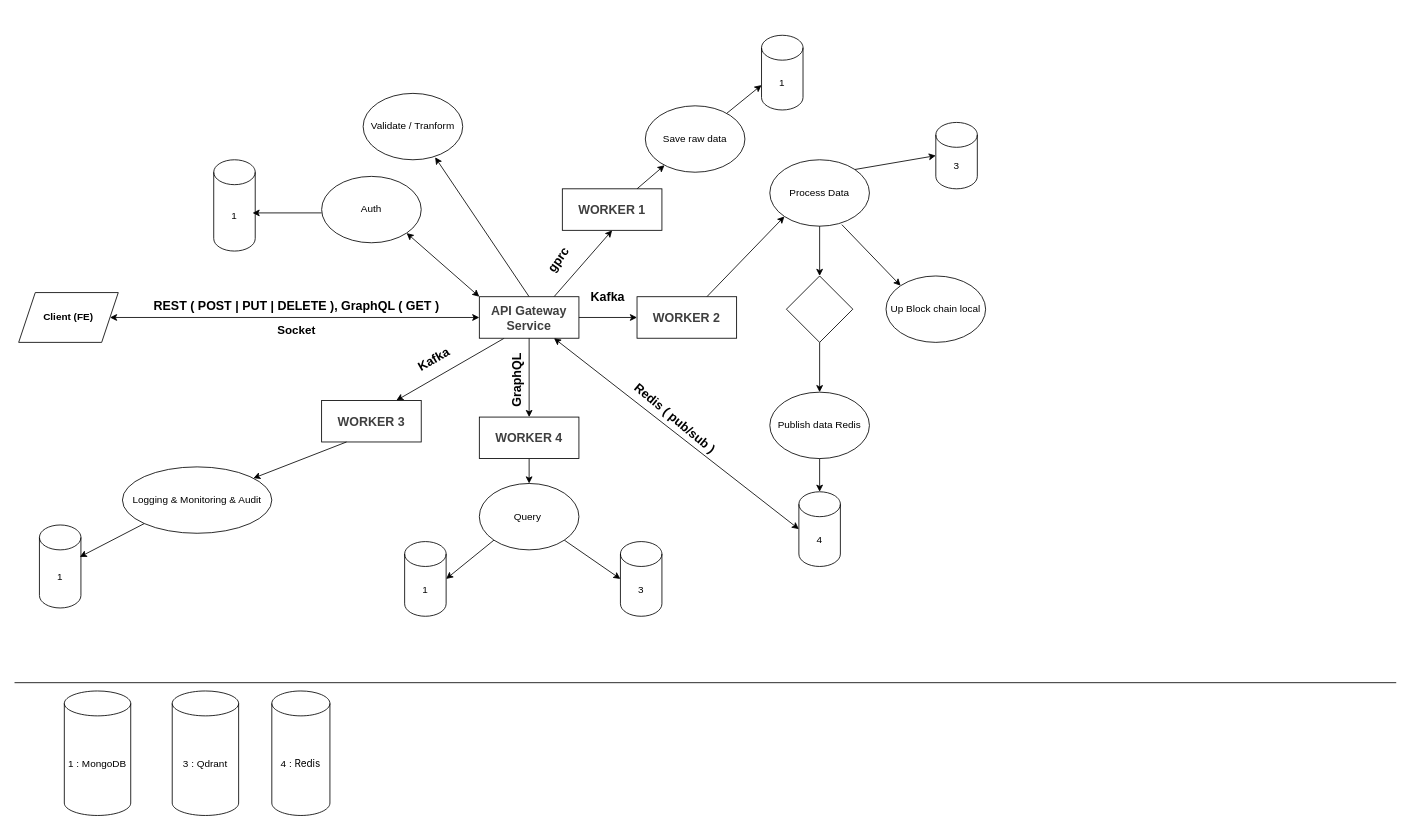
The draw.io diagram design.dio in GraduationProject-6251071040/design, before the edit. Source tidied: cells renumbered, new cells numbered last; positions are measured from the earlier drawing's top-left corner, leaving out a move shared by most shapes. Both pictures are drawn from the tidied source at 83%, with x=0, y=0 at pixel (14, 35).
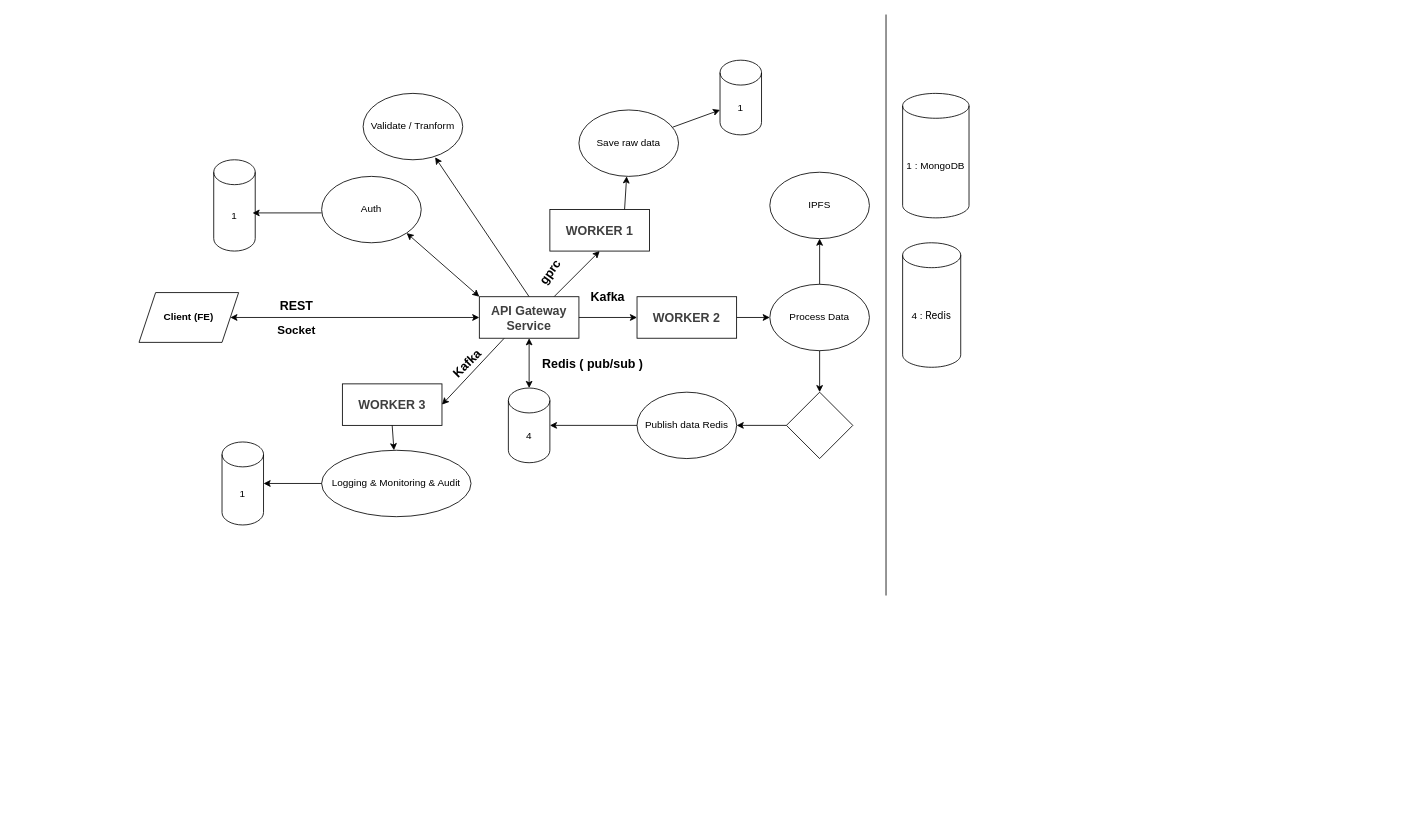
The same diagram, later.

Unchanged cells that the change refers to:
```xml
<mxCell id="18" value="&lt;b style=&quot;color: rgb(63, 63, 63); font-size: 15px;&quot;&gt;API Gateway Service&lt;/b&gt;" style="rounded=0;whiteSpace=wrap;html=1;" parent="1" vertex="1">
  <mxGeometry x="560" y="315" width="120" height="50" as="geometry" />
</mxCell>
<mxCell id="28" value="&lt;b style=&quot;color: rgb(63, 63, 63); font-size: 15px;&quot;&gt;WORKER 2&lt;/b&gt;" style="rounded=0;whiteSpace=wrap;html=1;" parent="1" vertex="1">
  <mxGeometry x="750" y="315" width="120" height="50" as="geometry" />
</mxCell>
```

The edit, as a diff of the source:
```diff
@@
     <mxCell id="2" style="endArrow=none;html=1;" parent="1" edge="1">
       <mxGeometry relative="1" as="geometry">
-        <mxPoint y="780" as="sourcePoint" />
-        <mxPoint x="1664.7" y="780" as="targetPoint" />
+        <mxPoint x="1050" y="675" as="sourcePoint" />
+        <mxPoint x="1050" y="-25" as="targetPoint" />
       </mxGeometry>
     </mxCell>
     <mxCell id="3" value="Logging &amp;amp; Monitoring &amp;amp; Audit" style="ellipse;whiteSpace=wrap;html=1;" parent="1" vertex="1">
-      <mxGeometry x="130" y="520" width="180" height="80" as="geometry" />
+      <mxGeometry x="370" y="500" width="180" height="80" as="geometry" />
     </mxCell>
@@
-    <mxCell id="9" style="endArrow=classic;html=1;exitX=0.25;exitY=1;exitDx=0;exitDy=0;entryX=0.75;entryY=0;entryDx=0;entryDy=0;" parent="1" edge="1" source="18" target="38">
+    <mxCell id="9" style="endArrow=classic;html=1;exitX=0.25;exitY=1;exitDx=0;exitDy=0;entryX=1;entryY=0.5;entryDx=0;entryDy=0;" parent="1" edge="1" source="18" target="38">
       <mxGeometry relative="1" as="geometry" />
     </mxCell>
-    <mxCell id="10" value="&lt;b&gt;&lt;font style=&quot;font-size: 15px;&quot;&gt;REST ( POST | PUT | DELETE ), GraphQL ( GET )&lt;/font&gt;&lt;/b&gt;" style="text;html=1;align=center;verticalAlign=middle;whiteSpace=wrap;rounded=0;" parent="1" vertex="1">
+    <mxCell id="10" value="&lt;b&gt;&lt;font style=&quot;font-size: 15px;&quot;&gt;REST&lt;/font&gt;&lt;/b&gt;" style="text;html=1;align=center;verticalAlign=middle;whiteSpace=wrap;rounded=0;" parent="1" vertex="1">
       <mxGeometry x="160" y="310" width="360" height="30" as="geometry" />
     </mxCell>
@@
     <mxCell id="14" value="&lt;b&gt;Client (FE)&lt;/b&gt;" style="shape=parallelogram;perimeter=parallelogramPerimeter;whiteSpace=wrap;html=1;fixedSize=1;" parent="1" vertex="1">
-      <mxGeometry x="5" y="310" width="120" height="60" as="geometry" />
+      <mxGeometry x="150" y="310" width="120" height="60" as="geometry" />
     </mxCell>
     <mxCell id="15" value="&lt;span style=&quot;color: rgb(0, 0, 0);&quot;&gt;1 : MongoDB&lt;/span&gt;" style="shape=cylinder3;whiteSpace=wrap;html=1;boundedLbl=1;backgroundOutline=1;size=15;" parent="1" vertex="1">
-      <mxGeometry x="60" y="790" width="80" height="150" as="geometry" />
+      <mxGeometry x="1070" y="70" width="80" height="150" as="geometry" />
     </mxCell>
-    <mxCell id="16" value="&lt;span style=&quot;color: rgb(0, 0, 0);&quot;&gt;3 : Qdrant&lt;/span&gt;" style="shape=cylinder3;whiteSpace=wrap;html=1;boundedLbl=1;backgroundOutline=1;size=15;" parent="1" vertex="1">
-      <mxGeometry x="190" y="790" width="80" height="150" as="geometry" />
-    </mxCell>
     <mxCell id="17" value="&lt;span style=&quot;color: rgb(0, 0, 0);&quot;&gt;4 :&amp;nbsp;&lt;/span&gt;&lt;span style=&quot;font-family: -apple-system, BlinkMacSystemFont, &amp;quot;Segoe WPC&amp;quot;, &amp;quot;Segoe UI&amp;quot;, system-ui, Ubuntu, &amp;quot;Droid Sans&amp;quot;, sans-serif; text-align: start;&quot;&gt;Redis&lt;/span&gt;" style="shape=cylinder3;whiteSpace=wrap;html=1;boundedLbl=1;backgroundOutline=1;size=15;" parent="1" vertex="1">
-      <mxGeometry x="310" y="790" width="70" height="150" as="geometry" />
+      <mxGeometry x="1070" y="250" width="70" height="150" as="geometry" />
     </mxCell>
@@
     <mxCell id="19" value="1" style="shape=cylinder3;whiteSpace=wrap;html=1;boundedLbl=1;backgroundOutline=1;size=15;" parent="1" vertex="1">
-      <mxGeometry x="30" y="590" width="50" height="100" as="geometry" />
+      <mxGeometry x="250" y="490" width="50" height="100" as="geometry" />
     </mxCell>
-    <mxCell id="20" style="endArrow=classic;html=1;exitX=0;exitY=1;exitDx=0;exitDy=0;entryX=0.973;entryY=0.385;entryDx=0;entryDy=0;entryPerimeter=0;" parent="1" edge="1" source="3" target="19">
+    <mxCell id="20" style="endArrow=classic;html=1;exitX=0;exitY=0.5;exitDx=0;exitDy=0;entryX=1;entryY=0.5;entryDx=0;entryDy=0;entryPerimeter=0;" parent="1" edge="1" source="3" target="19">
       <mxGeometry relative="1" as="geometry" />
     </mxCell>
@@
     <mxCell id="23" value="&lt;b style=&quot;color: rgb(63, 63, 63); font-size: 15px;&quot;&gt;WORKER 1&lt;/b&gt;" style="rounded=0;whiteSpace=wrap;html=1;" parent="1" vertex="1">
-      <mxGeometry x="660" y="185" width="120" height="50" as="geometry" />
+      <mxGeometry x="645" y="210" width="120" height="50" as="geometry" />
     </mxCell>
@@
     <mxCell id="25" value="Save raw data" style="ellipse;whiteSpace=wrap;html=1;" parent="1" vertex="1">
-      <mxGeometry x="760" y="85" width="120" height="80" as="geometry" />
+      <mxGeometry x="680" y="90" width="120" height="80" as="geometry" />
     </mxCell>
     <mxCell id="26" value="&lt;span style=&quot;color: rgb(0, 0, 0);&quot;&gt;1&lt;/span&gt;" style="shape=cylinder3;whiteSpace=wrap;html=1;boundedLbl=1;backgroundOutline=1;size=15;" parent="1" vertex="1">
-      <mxGeometry x="900" width="50" height="90" as="geometry" />
+      <mxGeometry x="850" y="30" width="50" height="90" as="geometry" />
     </mxCell>
-    <mxCell id="27" style="edgeStyle=none;html=1;entryX=0;entryY=1;entryDx=0;entryDy=0;" parent="1" edge="1" source="28" target="29">
+    <mxCell id="27" style="edgeStyle=none;html=1;entryX=0;entryY=0.5;entryDx=0;entryDy=0;" parent="1" edge="1" source="28" target="29">
       <mxGeometry relative="1" as="geometry" />
     </mxCell>
@@
     <mxCell id="29" value="Process Data" style="ellipse;whiteSpace=wrap;html=1;" parent="1" vertex="1">
-      <mxGeometry x="910" y="150" width="120" height="80" as="geometry" />
+      <mxGeometry x="910" y="300" width="120" height="80" as="geometry" />
     </mxCell>
-    <mxCell id="30" value="3" style="shape=cylinder3;whiteSpace=wrap;html=1;boundedLbl=1;backgroundOutline=1;size=15;" parent="1" vertex="1">
-      <mxGeometry x="1110" y="105" width="50" height="80" as="geometry" />
-    </mxCell>
-    <mxCell id="31" style="edgeStyle=none;html=1;exitX=1;exitY=0;exitDx=0;exitDy=0;entryX=0;entryY=0.5;entryDx=0;entryDy=0;entryPerimeter=0;" parent="1" edge="1" source="29" target="30">
-      <mxGeometry relative="1" as="geometry" />
-    </mxCell>
@@
-    <mxCell id="33" value="Up Block chain local" style="ellipse;whiteSpace=wrap;html=1;" parent="1" vertex="1">
-      <mxGeometry x="1050" y="290" width="120" height="80" as="geometry" />
+    <mxCell id="33" value="IPFS" style="ellipse;whiteSpace=wrap;html=1;" parent="1" vertex="1">
+      <mxGeometry x="910" y="165" width="120" height="80" as="geometry" />
     </mxCell>
-    <mxCell id="34" style="edgeStyle=none;html=1;exitX=0.723;exitY=0.977;exitDx=0;exitDy=0;entryX=0;entryY=0;entryDx=0;entryDy=0;exitPerimeter=0;" parent="1" edge="1" source="29" target="33">
+    <mxCell id="34" style="edgeStyle=none;html=1;exitX=0.5;exitY=0;exitDx=0;exitDy=0;entryX=0.5;entryY=1;entryDx=0;entryDy=0;" parent="1" edge="1" source="29" target="33">
       <mxGeometry relative="1" as="geometry" />
     </mxCell>
     <mxCell id="35" value="Publish data Redis" style="ellipse;whiteSpace=wrap;html=1;" parent="1" vertex="1">
-      <mxGeometry x="910" y="430" width="120" height="80" as="geometry" />
+      <mxGeometry x="750" y="430" width="120" height="80" as="geometry" />
     </mxCell>
     <mxCell id="36" value="4" style="shape=cylinder3;whiteSpace=wrap;html=1;boundedLbl=1;backgroundOutline=1;size=15;" parent="1" vertex="1">
-      <mxGeometry x="945" y="550" width="50" height="90" as="geometry" />
+      <mxGeometry x="595" y="425" width="50" height="90" as="geometry" />
     </mxCell>
-    <mxCell id="37" style="edgeStyle=none;html=1;exitX=0.5;exitY=1;exitDx=0;exitDy=0;entryX=0.5;entryY=0;entryDx=0;entryDy=0;entryPerimeter=0;" parent="1" edge="1" source="35" target="36">
+    <mxCell id="37" style="edgeStyle=none;html=1;exitX=0;exitY=0.5;exitDx=0;exitDy=0;entryX=1;entryY=0.5;entryDx=0;entryDy=0;entryPerimeter=0;" parent="1" edge="1" source="35" target="36">
       <mxGeometry relative="1" as="geometry" />
     </mxCell>
     <mxCell id="38" value="&lt;b style=&quot;color: rgb(63, 63, 63); font-size: 15px;&quot;&gt;WORKER 3&lt;/b&gt;" style="rounded=0;whiteSpace=wrap;html=1;" parent="1" vertex="1">
-      <mxGeometry x="370" y="440" width="120" height="50" as="geometry" />
+      <mxGeometry x="395" y="420" width="120" height="50" as="geometry" />
     </mxCell>
-    <mxCell id="39" style="endArrow=classic;html=1;exitX=0.25;exitY=1;exitDx=0;exitDy=0;" parent="1" edge="1" source="38" target="3">
+    <mxCell id="39" style="endArrow=classic;html=1;exitX=0.5;exitY=1;exitDx=0;exitDy=0;" parent="1" edge="1" source="38" target="3">
       <mxGeometry relative="1" as="geometry" />
     </mxCell>
     <mxCell id="40" style="rhombus;whiteSpace=wrap;html=1;" parent="1" vertex="1">
-      <mxGeometry x="930" y="290" width="80" height="80" as="geometry" />
+      <mxGeometry x="930" y="430" width="80" height="80" as="geometry" />
     </mxCell>
-    <mxCell id="41" style="edgeStyle=none;html=1;exitX=0.5;exitY=1;exitDx=0;exitDy=0;" parent="1" edge="1" source="40" target="35">
+    <mxCell id="41" style="edgeStyle=none;html=1;exitX=0;exitY=0.5;exitDx=0;exitDy=0;" parent="1" edge="1" source="40" target="35">
       <mxGeometry relative="1" as="geometry" />
     </mxCell>
-    <mxCell id="42" style="endArrow=classic;html=1;exitX=0.5;exitY=1;exitDx=0;exitDy=0;entryX=0.5;entryY=0;entryDx=0;entryDy=0;" parent="1" edge="1" source="18" target="44">
-      <mxGeometry relative="1" as="geometry" />
-    </mxCell>
-    <mxCell id="43" style="edgeStyle=none;html=1;" parent="1" edge="1" source="44" target="45">
-      <mxGeometry relative="1" as="geometry" />
-    </mxCell>
-    <mxCell id="44" value="&lt;b style=&quot;color: rgb(63, 63, 63); font-size: 15px;&quot;&gt;WORKER 4&lt;/b&gt;" style="rounded=0;whiteSpace=wrap;html=1;" parent="1" vertex="1">
-      <mxGeometry x="560" y="460" width="120" height="50" as="geometry" />
-    </mxCell>
-    <mxCell id="45" value="Query&amp;nbsp;" style="ellipse;whiteSpace=wrap;html=1;" parent="1" vertex="1">
-      <mxGeometry x="560" y="540" width="120" height="80" as="geometry" />
-    </mxCell>
-    <mxCell id="46" value="3" style="shape=cylinder3;whiteSpace=wrap;html=1;boundedLbl=1;backgroundOutline=1;size=15;" parent="1" vertex="1">
-      <mxGeometry x="730" y="610" width="50" height="90" as="geometry" />
-    </mxCell>
-    <mxCell id="47" value="1" style="shape=cylinder3;whiteSpace=wrap;html=1;boundedLbl=1;backgroundOutline=1;size=15;" parent="1" vertex="1">
-      <mxGeometry x="470" y="610" width="50" height="90" as="geometry" />
-    </mxCell>
-    <mxCell id="48" style="endArrow=classic;html=1;exitX=0;exitY=1;exitDx=0;exitDy=0;entryX=1;entryY=0.5;entryDx=0;entryDy=0;entryPerimeter=0;" parent="1" edge="1" source="45" target="47">
-      <mxGeometry relative="1" as="geometry" />
-    </mxCell>
-    <mxCell id="49" style="endArrow=classic;html=1;exitX=1;exitY=1;exitDx=0;exitDy=0;entryX=0;entryY=0.5;entryDx=0;entryDy=0;entryPerimeter=0;" parent="1" edge="1" source="45" target="46">
-      <mxGeometry relative="1" as="geometry" />
-    </mxCell>
-    <mxCell id="50" style="endArrow=classic;startArrow=classic;html=1;exitX=0;exitY=0.5;exitDx=0;exitDy=0;exitPerimeter=0;entryX=0.75;entryY=1;entryDx=0;entryDy=0;" parent="1" edge="1" source="36" target="18">
+    <mxCell id="50" style="endArrow=classic;startArrow=classic;html=1;exitX=0.5;exitY=0;exitDx=0;exitDy=0;exitPerimeter=0;entryX=0.5;entryY=1;entryDx=0;entryDy=0;" parent="1" edge="1" source="36" target="18">
       <mxGeometry relative="1" as="geometry" />
     </mxCell>
-    <mxCell id="51" value="&lt;span style=&quot;color: rgb(0, 0, 0); font-family: Helvetica; font-style: normal; font-variant-ligatures: normal; font-variant-caps: normal; letter-spacing: normal; orphans: 2; text-align: center; text-indent: 0px; text-transform: none; widows: 2; word-spacing: 0px; -webkit-text-stroke-width: 0px; white-space: normal; background-color: rgb(251, 251, 251); text-decoration-thickness: initial; text-decoration-style: initial; text-decoration-color: initial; float: none; display: inline !important;&quot;&gt;&lt;b style=&quot;&quot;&gt;&lt;font style=&quot;font-size: 15px;&quot;&gt;GraphQL&lt;/font&gt;&lt;/b&gt;&lt;/span&gt;" style="text;whiteSpace=wrap;html=1;rotation=-90;" parent="1" vertex="1">
-      <mxGeometry x="570" y="390" width="80" height="40" as="geometry" />
-    </mxCell>
-    <mxCell id="52" value="&lt;b&gt;&lt;font style=&quot;font-size: 15px;&quot;&gt;Kafka&lt;/font&gt;&lt;/b&gt;" style="text;html=1;align=center;verticalAlign=middle;whiteSpace=wrap;rounded=0;rotation=-30;" parent="1" vertex="1">
-      <mxGeometry x="450" y="375" width="110" height="30" as="geometry" />
+    <mxCell id="52" value="&lt;b&gt;&lt;font style=&quot;font-size: 15px;&quot;&gt;Kafka&lt;/font&gt;&lt;/b&gt;" style="text;html=1;align=center;verticalAlign=middle;whiteSpace=wrap;rounded=0;rotation=-45;" parent="1" vertex="1">
+      <mxGeometry x="490" y="380" width="110" height="30" as="geometry" />
     </mxCell>
@@
-    <mxCell id="54" value="&lt;div style=&quot;text-align: center;&quot;&gt;&lt;span style=&quot;background-color: transparent;&quot;&gt;&lt;b&gt;&lt;font style=&quot;font-size: 15px;&quot;&gt;Redis ( pub/sub )&lt;/font&gt;&lt;/b&gt;&lt;/span&gt;&lt;/div&gt;" style="text;whiteSpace=wrap;html=1;rotation=40;" parent="1" vertex="1">
-      <mxGeometry x="728.7" y="450" width="141.3" height="40" as="geometry" />
+    <mxCell id="54" value="&lt;div style=&quot;text-align: center;&quot;&gt;&lt;span style=&quot;background-color: transparent;&quot;&gt;&lt;b&gt;&lt;font style=&quot;font-size: 15px;&quot;&gt;Redis ( pub/sub )&lt;/font&gt;&lt;/b&gt;&lt;/span&gt;&lt;/div&gt;" style="text;whiteSpace=wrap;html=1;rotation=0;" parent="1" vertex="1">
+      <mxGeometry x="634.3" y="380" width="141.3" height="40" as="geometry" />
     </mxCell>
     <mxCell id="55" value="&lt;b&gt;&lt;font style=&quot;font-size: 15px;&quot;&gt;gprc&lt;/font&gt;&lt;/b&gt;" style="text;html=1;align=center;verticalAlign=middle;whiteSpace=wrap;rounded=0;rotation=-55;" parent="1" vertex="1">
-      <mxGeometry x="620" y="255" width="70" height="30" as="geometry" />
+      <mxGeometry x="610" y="270" width="70" height="30" as="geometry" />
     </mxCell>
```
